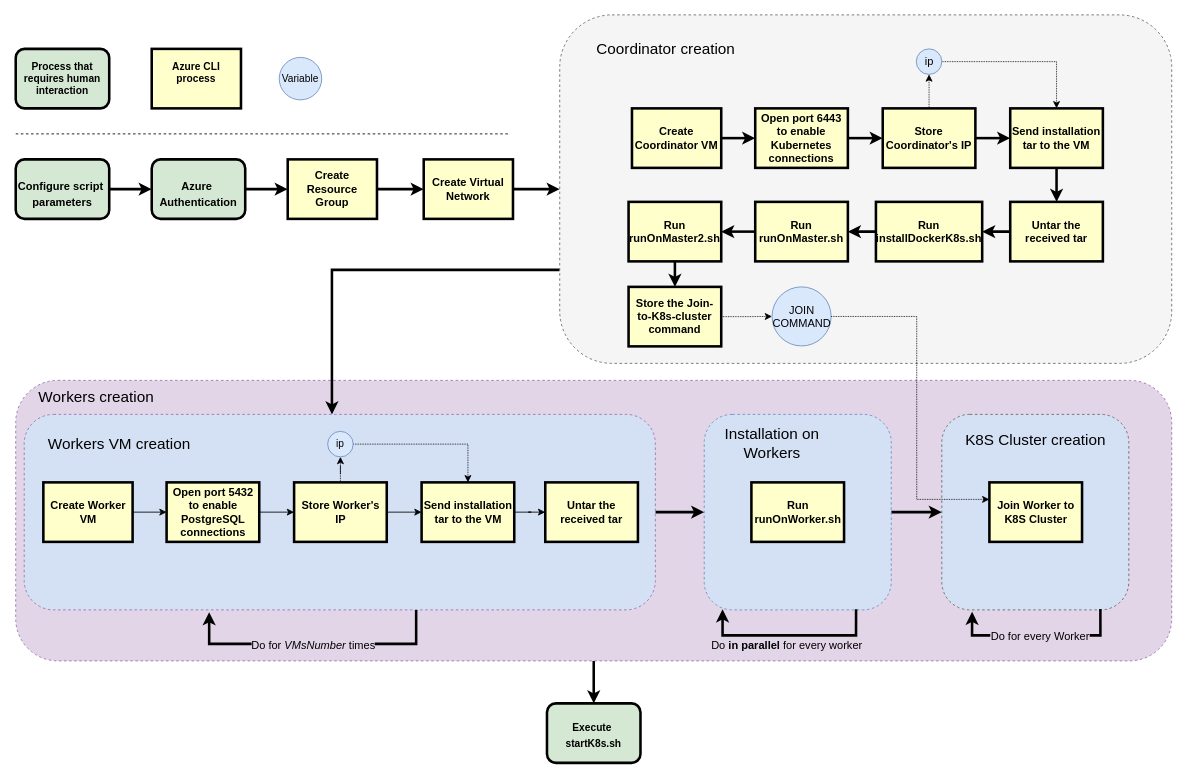
The draw.io diagram diagrams/automaticClusterGeneration.drawio in JimTsesm/MobilityDB-Azure, before the edit. Source tidied: cells renumbered, new cells numbered last; positions are measured from the earlier drawing's top-left corner, leaving out a move shared by most shapes. Both pictures are drawn from the tidied source at 85%, with x=0, y=0 at pixel (15, 14).
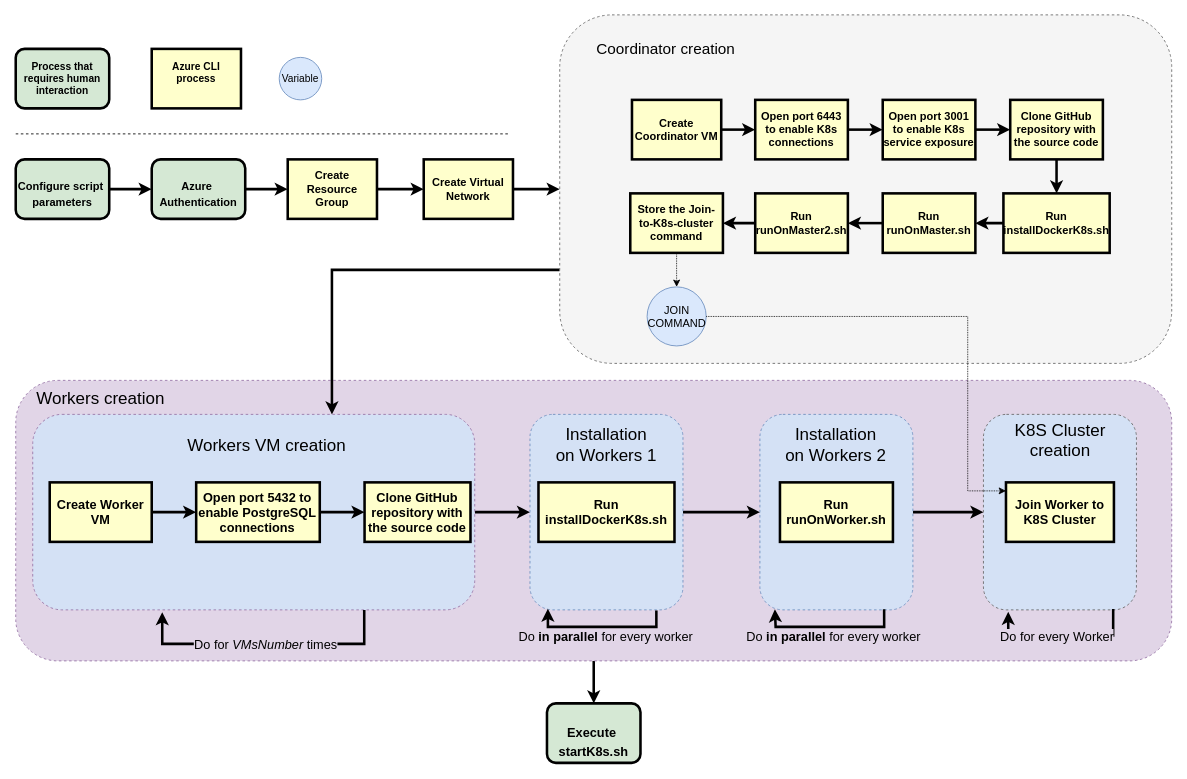
After the change.

Diff of the diagram source:
```diff
@@
     <mxCell id="14" value="Create Coordinator VM" style="whiteSpace=wrap;align=center;verticalAlign=middle;fontStyle=1;strokeWidth=3;fillColor=#FFFFCC;fontSize=13;" parent="1" vertex="1">
-      <mxGeometry x="725" y="110" width="105" height="70" as="geometry" />
+      <mxGeometry x="725" y="100" width="105" height="70" as="geometry" />
     </mxCell>
-    <mxCell id="15" style="edgeStyle=orthogonalEdgeStyle;rounded=0;jettySize=auto;html=1;dashed=1;dashPattern=1 1;" parent="1" edge="1" source="16" target="26">
-      <mxGeometry relative="1" as="geometry" />
-    </mxCell>
-    <mxCell id="16" value="&lt;font style=&quot;font-size: 13px&quot;&gt;ip&lt;/font&gt;" style="ellipse;whiteSpace=wrap;html=1;fillColor=#dae8fc;strokeColor=#6c8ebf;" parent="1" vertex="1">
-      <mxGeometry x="1059.5" y="40" width="30" height="30" as="geometry" />
-    </mxCell>
@@
     <mxCell id="18" value="Run runOnMaster.sh" style="whiteSpace=wrap;align=center;verticalAlign=middle;fontStyle=1;strokeWidth=3;fillColor=#FFFFCC;fontSize=13;" parent="1" vertex="1">
-      <mxGeometry x="870" y="220" width="109" height="70" as="geometry" />
+      <mxGeometry x="1020" y="210" width="109" height="70" as="geometry" />
     </mxCell>
@@
     <mxCell id="20" value="Run runOnMaster2.sh" style="whiteSpace=wrap;align=center;verticalAlign=middle;fontStyle=1;strokeWidth=3;fillColor=#FFFFCC;fontSize=13;" parent="1" vertex="1">
-      <mxGeometry x="721" y="220" width="109" height="70" as="geometry" />
+      <mxGeometry x="870" y="210" width="109" height="70" as="geometry" />
     </mxCell>
@@
     <mxCell id="22" value="Run installDockerK8s.sh" style="whiteSpace=wrap;align=center;verticalAlign=middle;fontStyle=1;strokeWidth=3;fillColor=#FFFFCC;fontSize=13;" parent="1" vertex="1">
-      <mxGeometry x="1012" y="220" width="125" height="70" as="geometry" />
+      <mxGeometry x="1162" y="210" width="125" height="70" as="geometry" />
     </mxCell>
-    <mxCell id="23" style="edgeStyle=orthogonalEdgeStyle;rounded=0;jettySize=auto;html=1;strokeWidth=3;" parent="1" edge="1" source="24" target="22">
-      <mxGeometry relative="1" as="geometry" />
-    </mxCell>
-    <mxCell id="24" value="Untar the received tar" style="whiteSpace=wrap;align=center;verticalAlign=middle;fontStyle=1;strokeWidth=3;fillColor=#FFFFCC;fontSize=13;" parent="1" vertex="1">
-      <mxGeometry x="1170" y="220" width="109" height="70" as="geometry" />
-    </mxCell>
-    <mxCell id="25" style="edgeStyle=orthogonalEdgeStyle;rounded=0;jettySize=auto;html=1;strokeWidth=3;" parent="1" edge="1" source="26" target="24">
-      <mxGeometry relative="1" as="geometry" />
-    </mxCell>
+    <mxCell id="76" style="edgeStyle=orthogonalEdgeStyle;rounded=0;jettySize=auto;html=1;strokeWidth=3;" parent="1" edge="1" source="26" target="22">
+      <mxGeometry relative="1" as="geometry" />
+    </mxCell>
-    <mxCell id="26" value="Send installation tar to the VM" style="whiteSpace=wrap;align=center;verticalAlign=middle;fontStyle=1;strokeWidth=3;fillColor=#FFFFCC;fontSize=13;" parent="1" vertex="1">
-      <mxGeometry x="1170" y="110" width="109" height="70" as="geometry" />
+    <mxCell id="26" value="Clone GitHub repository with the source code" style="whiteSpace=wrap;align=center;verticalAlign=middle;fontStyle=1;strokeWidth=3;fillColor=#FFFFCC;fontSize=13;" parent="1" vertex="1">
+      <mxGeometry x="1170" y="100" width="109" height="70" as="geometry" />
     </mxCell>
@@
-    <mxCell id="28" style="edgeStyle=orthogonalEdgeStyle;rounded=0;jettySize=auto;html=1;dashed=1;dashPattern=1 1;" parent="1" edge="1" source="29" target="16">
-      <mxGeometry relative="1" as="geometry" />
-    </mxCell>
-    <mxCell id="29" value="Store Coordinator's IP" style="whiteSpace=wrap;align=center;verticalAlign=middle;fontStyle=1;strokeWidth=3;fillColor=#FFFFCC;fontSize=13;" parent="1" vertex="1">
-      <mxGeometry x="1020" y="110" width="109" height="70" as="geometry" />
+    <mxCell id="29" value="Open port 3001 to enable K8s service exposure" style="whiteSpace=wrap;align=center;verticalAlign=middle;fontStyle=1;strokeWidth=3;fillColor=#FFFFCC;fontSize=13;" parent="1" vertex="1">
+      <mxGeometry x="1020" y="100" width="109" height="70" as="geometry" />
     </mxCell>
@@
-    <mxCell id="31" value="Open port 6443 to enable Kubernetes connections" style="whiteSpace=wrap;align=center;verticalAlign=middle;fontStyle=1;strokeWidth=3;fillColor=#FFFFCC;fontSize=13;" parent="1" vertex="1">
-      <mxGeometry x="870" y="110" width="109" height="70" as="geometry" />
+    <mxCell id="31" value="Open port 6443 to enable K8s connections" style="whiteSpace=wrap;align=center;verticalAlign=middle;fontStyle=1;strokeWidth=3;fillColor=#FFFFCC;fontSize=13;" parent="1" vertex="1">
+      <mxGeometry x="870" y="100" width="109" height="70" as="geometry" />
     </mxCell>
@@
     <mxCell id="33" value="Store the Join-to-K8s-cluster command" style="whiteSpace=wrap;align=center;verticalAlign=middle;fontStyle=1;strokeWidth=3;fillColor=#FFFFCC;fontSize=13;" parent="1" vertex="1">
-      <mxGeometry x="721" y="320" width="109" height="70" as="geometry" />
+      <mxGeometry x="723" y="210" width="109" height="70" as="geometry" />
     </mxCell>
     <mxCell id="34" value="&lt;font style=&quot;font-size: 13px&quot;&gt;JOIN&lt;br&gt;COMMAND&lt;/font&gt;" style="ellipse;whiteSpace=wrap;html=1;fillColor=#dae8fc;strokeColor=#6c8ebf;" parent="1" vertex="1">
-      <mxGeometry x="889.8" y="320" width="69.5" height="69.5" as="geometry" />
+      <mxGeometry x="742.8" y="320" width="69.5" height="69.5" as="geometry" />
     </mxCell>
-    <mxCell id="35" style="edgeStyle=orthogonalEdgeStyle;rounded=0;jettySize=auto;html=1;strokeWidth=3;" parent="1" edge="1" source="36" target="57">
-      <mxGeometry relative="1" as="geometry" />
-    </mxCell>
+    <mxCell id="77" style="edgeStyle=orthogonalEdgeStyle;rounded=0;jettySize=auto;html=1;fontSize=15;strokeWidth=3;" parent="1" edge="1" source="36" target="80">
+      <mxGeometry relative="1" as="geometry" />
+    </mxCell>
     <mxCell id="36" style="rounded=1;whiteSpace=wrap;html=1;dashed=1;strokeColor=#9673a6;fillColor=#D4E1F5;" parent="1" vertex="1">
-      <mxGeometry x="10" y="470" width="742.5" height="230" as="geometry" />
+      <mxGeometry x="20" y="470" width="520" height="230" as="geometry" />
     </mxCell>
-    <mxCell id="37" value="&lt;font style=&quot;font-size: 18px&quot;&gt;Workers VM creation&lt;/font&gt;" style="text;html=1;strokeColor=none;fillColor=none;align=center;verticalAlign=middle;whiteSpace=wrap;rounded=0;dashed=1;" parent="1" vertex="1">
-      <mxGeometry x="32.5" y="495" width="177.5" height="20" as="geometry" />
+    <mxCell id="37" value="&lt;font style=&quot;font-size: 20px&quot;&gt;Workers VM creation&lt;/font&gt;" style="text;html=1;strokeColor=none;fillColor=none;align=center;verticalAlign=middle;whiteSpace=wrap;rounded=0;dashed=1;" parent="1" vertex="1">
+      <mxGeometry x="200.7" y="495" width="189.3" height="20" as="geometry" />
     </mxCell>
-    <mxCell id="38" style="edgeStyle=orthogonalEdgeStyle;rounded=0;jettySize=auto;html=1;" parent="1" edge="1" source="39" target="52">
+    <mxCell id="38" style="edgeStyle=orthogonalEdgeStyle;rounded=0;jettySize=auto;html=1;strokeWidth=3;" parent="1" edge="1" source="39" target="52">
       <mxGeometry relative="1" as="geometry" />
     </mxCell>
-    <mxCell id="39" value="Create Worker VM" style="whiteSpace=wrap;align=center;verticalAlign=middle;fontStyle=1;strokeWidth=3;fillColor=#FFFFCC;fontSize=13;" parent="1" vertex="1">
-      <mxGeometry x="32.5" y="550" width="105" height="70" as="geometry" />
+    <mxCell id="39" value="Create Worker VM" style="whiteSpace=wrap;align=center;verticalAlign=middle;fontStyle=1;strokeWidth=3;fillColor=#FFFFCC;fontSize=15;" parent="1" vertex="1">
+      <mxGeometry x="40" y="550" width="120" height="70" as="geometry" />
     </mxCell>
-    <mxCell id="40" style="edgeStyle=orthogonalEdgeStyle;rounded=0;jettySize=auto;html=1;dashed=1;dashPattern=1 1;" parent="1" edge="1" source="41" target="47">
-      <mxGeometry relative="1" as="geometry" />
-    </mxCell>
-    <mxCell id="41" value="ip" style="ellipse;whiteSpace=wrap;html=1;fillColor=#dae8fc;strokeColor=#6c8ebf;" parent="1" vertex="1">
-      <mxGeometry x="367" y="490" width="30" height="30" as="geometry" />
-    </mxCell>
@@
-    <mxCell id="45" value="Untar the received tar" style="whiteSpace=wrap;align=center;verticalAlign=middle;fontStyle=1;strokeWidth=3;fillColor=#FFFFCC;fontSize=13;" parent="1" vertex="1">
-      <mxGeometry x="623" y="550" width="109" height="70" as="geometry" />
+    <mxCell id="45" value="Clone GitHub repository with the source code" style="whiteSpace=wrap;align=center;verticalAlign=middle;fontStyle=1;strokeWidth=3;fillColor=#FFFFCC;fontSize=15;" parent="1" vertex="1">
+      <mxGeometry x="410.4" y="550" width="124.6" height="70" as="geometry" />
     </mxCell>
-    <mxCell id="46" style="edgeStyle=orthogonalEdgeStyle;rounded=0;jettySize=auto;html=1;" parent="1" edge="1" source="47" target="45">
-      <mxGeometry relative="1" as="geometry" />
-    </mxCell>
-    <mxCell id="47" value="Send installation tar to the VM" style="whiteSpace=wrap;align=center;verticalAlign=middle;fontStyle=1;strokeWidth=3;fillColor=#FFFFCC;fontSize=13;" parent="1" vertex="1">
-      <mxGeometry x="477.5" y="550" width="109" height="70" as="geometry" />
-    </mxCell>
-    <mxCell id="48" style="edgeStyle=orthogonalEdgeStyle;rounded=0;jettySize=auto;html=1;" parent="1" edge="1" source="50" target="47">
-      <mxGeometry relative="1" as="geometry" />
-    </mxCell>
-    <mxCell id="49" style="edgeStyle=orthogonalEdgeStyle;rounded=0;jettySize=auto;html=1;dashed=1;dashPattern=1 1;" parent="1" edge="1" source="50" target="41">
-      <mxGeometry relative="1" as="geometry" />
-    </mxCell>
-    <mxCell id="50" value="Store Worker's IP" style="whiteSpace=wrap;align=center;verticalAlign=middle;fontStyle=1;strokeWidth=3;fillColor=#FFFFCC;fontSize=13;" parent="1" vertex="1">
-      <mxGeometry x="327.5" y="550" width="109" height="70" as="geometry" />
-    </mxCell>
-    <mxCell id="51" style="edgeStyle=orthogonalEdgeStyle;rounded=0;jettySize=auto;html=1;" parent="1" edge="1" source="52" target="50">
-      <mxGeometry relative="1" as="geometry" />
-    </mxCell>
+    <mxCell id="78" style="edgeStyle=orthogonalEdgeStyle;rounded=0;jettySize=auto;html=1;strokeWidth=3;" parent="1" edge="1" source="52" target="45">
+      <mxGeometry relative="1" as="geometry" />
+    </mxCell>
-    <mxCell id="52" value="Open port 5432 to enable PostgreSQL&#10;connections" style="whiteSpace=wrap;align=center;verticalAlign=middle;fontStyle=1;strokeWidth=3;fillColor=#FFFFCC;fontSize=13;" parent="1" vertex="1">
-      <mxGeometry x="177.5" y="550" width="109" height="70" as="geometry" />
+    <mxCell id="52" value="Open port 5432 to enable PostgreSQL&#10;connections" style="whiteSpace=wrap;align=center;verticalAlign=middle;fontStyle=1;strokeWidth=3;fillColor=#FFFFCC;fontSize=15;" parent="1" vertex="1">
+      <mxGeometry x="212.3" y="550" width="145.4" height="70" as="geometry" />
     </mxCell>
@@
-    <mxCell id="54" style="edgeStyle=orthogonalEdgeStyle;rounded=0;orthogonalLoop=1;jettySize=auto;html=1;entryX=0.293;entryY=1.012;entryDx=0;entryDy=0;entryPerimeter=0;exitX=0.621;exitY=1.001;exitDx=0;exitDy=0;exitPerimeter=0;strokeWidth=3;" parent="1" edge="1" source="36" target="36">
+    <mxCell id="54" style="edgeStyle=orthogonalEdgeStyle;rounded=0;orthogonalLoop=1;jettySize=auto;html=1;entryX=0.293;entryY=1.012;entryDx=0;entryDy=0;entryPerimeter=0;exitX=0.75;exitY=1;exitDx=0;exitDy=0;strokeWidth=3;" parent="1" edge="1" source="36" target="36">
       <mxGeometry relative="1" as="geometry">
         <Array as="points">
-          <mxPoint x="465" y="740" />
-          <mxPoint x="215" y="740" />
+          <mxPoint x="348" y="740" />
+          <mxPoint x="142" y="740" />
         </Array>
       </mxGeometry>
     </mxCell>
-    <mxCell id="55" value="&lt;font style=&quot;font-size: 13px;&quot;&gt;Do for &lt;i&gt;VMsNumber&lt;/i&gt; times&lt;/font&gt;" style="edgeLabel;html=1;align=center;verticalAlign=middle;labelBackgroundColor=#E1D5E7;" parent="54" vertex="1">
+    <mxCell id="55" value="&lt;font style=&quot;font-size: 15px&quot;&gt;Do for &lt;i&gt;VMsNumber&lt;/i&gt; times&lt;/font&gt;" style="edgeLabel;html=1;align=center;verticalAlign=middle;labelBackgroundColor=#E1D5E7;" parent="54" vertex="1">
       <mxGeometry x="-0.42" y="1" relative="1" as="geometry">
-        <mxPoint x="-68.5" y="-1" as="offset" />
+        <mxPoint x="-66" y="-1" as="offset" />
       </mxGeometry>
     </mxCell>
@@
     <mxCell id="57" style="rounded=1;whiteSpace=wrap;html=1;dashed=1;strokeColor=#6c8ebf;fillColor=#D4E1F5;" parent="1" vertex="1">
-      <mxGeometry x="810" y="470" width="220" height="230" as="geometry" />
+      <mxGeometry x="875.5" y="470" width="180" height="230" as="geometry" />
     </mxCell>
-    <mxCell id="58" value="&lt;font style=&quot;font-size: 18px&quot;&gt;Installation on Workers&lt;/font&gt;" style="text;html=1;strokeColor=none;fillColor=none;align=center;verticalAlign=middle;whiteSpace=wrap;rounded=0;dashed=1;" parent="1" vertex="1">
-      <mxGeometry x="804.5" y="495" width="170" height="20" as="geometry" />
+    <mxCell id="58" value="&lt;font style=&quot;font-size: 20px&quot;&gt;Installation &lt;br&gt;on Workers 2&lt;/font&gt;" style="text;html=1;strokeColor=none;fillColor=none;align=center;verticalAlign=middle;whiteSpace=wrap;rounded=0;dashed=1;" parent="1" vertex="1">
+      <mxGeometry x="860" y="495" width="210" height="20" as="geometry" />
     </mxCell>
-    <mxCell id="59" value="Run runOnWorker.sh" style="whiteSpace=wrap;align=center;verticalAlign=middle;fontStyle=1;strokeWidth=3;fillColor=#FFFFCC;fontSize=13;" parent="1" vertex="1">
-      <mxGeometry x="865.5" y="550" width="109" height="70" as="geometry" />
+    <mxCell id="59" value="Run runOnWorker.sh" style="whiteSpace=wrap;align=center;verticalAlign=middle;fontStyle=1;strokeWidth=3;fillColor=#FFFFCC;fontSize=15;" parent="1" vertex="1">
+      <mxGeometry x="899.1" y="550" width="132.9" height="70" as="geometry" />
     </mxCell>
     <mxCell id="60" style="edgeStyle=orthogonalEdgeStyle;rounded=0;orthogonalLoop=1;jettySize=auto;html=1;entryX=0.098;entryY=0.997;entryDx=0;entryDy=0;exitX=0.812;exitY=0.997;exitDx=0;exitDy=0;entryPerimeter=0;exitPerimeter=0;strokeWidth=3;" parent="1" edge="1" source="57" target="57">
       <mxGeometry relative="1" as="geometry">
         <Array as="points">
-          <mxPoint x="989" y="730" />
-          <mxPoint x="832" y="730" />
+          <mxPoint x="894" y="720" />
+          <mxPoint x="737" y="720" />
         </Array>
       </mxGeometry>
     </mxCell>
-    <mxCell id="61" value="&lt;font style=&quot;font-size: 13px;&quot;&gt;Do &lt;b&gt;in parallel&lt;/b&gt; for every worker&lt;/font&gt;" style="edgeLabel;html=1;align=center;verticalAlign=middle;labelBackgroundColor=#E1D5E7;" parent="60" vertex="1">
+    <mxCell id="61" value="&lt;font style=&quot;font-size: 15px&quot;&gt;Do &lt;b&gt;in parallel&lt;/b&gt; for every worker&lt;/font&gt;" style="edgeLabel;html=1;align=center;verticalAlign=middle;labelBackgroundColor=#E1D5E7;" parent="60" vertex="1">
       <mxGeometry x="0.31" y="-4" relative="1" as="geometry">
         <mxPoint x="30.5" y="14" as="offset" />
       </mxGeometry>
     </mxCell>
     <mxCell id="62" style="rounded=1;whiteSpace=wrap;html=1;dashed=1;strokeColor=#666666;fontColor=#333333;fillColor=#D4E1F5;" parent="1" vertex="1">
-      <mxGeometry x="1089.5" y="470" width="220" height="230" as="geometry" />
+      <mxGeometry x="1138.5" y="470" width="180" height="230" as="geometry" />
     </mxCell>
-    <mxCell id="63" value="&lt;font style=&quot;font-size: 18px&quot;&gt;K8S Cluster creation&lt;/font&gt;" style="text;html=1;strokeColor=none;fillColor=none;align=center;verticalAlign=middle;whiteSpace=wrap;rounded=0;dashed=1;" parent="1" vertex="1">
-      <mxGeometry x="1100" y="490" width="200" height="20" as="geometry" />
+    <mxCell id="63" value="&lt;font style=&quot;font-size: 20px&quot;&gt;K8S Cluster &lt;br&gt;creation&lt;/font&gt;" style="text;html=1;strokeColor=none;fillColor=none;align=center;verticalAlign=middle;whiteSpace=wrap;rounded=0;dashed=1;" parent="1" vertex="1">
+      <mxGeometry x="1129" y="490" width="200" height="20" as="geometry" />
     </mxCell>
-    <mxCell id="64" value="Join Worker to K8S Cluster" style="whiteSpace=wrap;align=center;verticalAlign=middle;fontStyle=1;strokeWidth=3;fillColor=#FFFFCC;fontSize=13;" parent="1" vertex="1">
-      <mxGeometry x="1145.5" y="550" width="109" height="70" as="geometry" />
+    <mxCell id="64" value="Join Worker to K8S Cluster" style="whiteSpace=wrap;align=center;verticalAlign=middle;fontStyle=1;strokeWidth=3;fillColor=#FFFFCC;fontSize=15;" parent="1" vertex="1">
+      <mxGeometry x="1165" y="550" width="127" height="70" as="geometry" />
     </mxCell>
     <mxCell id="65" style="edgeStyle=orthogonalEdgeStyle;rounded=0;jettySize=auto;html=1;dashed=1;dashPattern=1 1;" parent="1" edge="1" source="34" target="64">
       <mxGeometry relative="1" as="geometry">
         <Array as="points">
-          <mxPoint x="1060" y="355" />
-          <mxPoint x="1060" y="570" />
+          <mxPoint x="1120" y="355" />
+          <mxPoint x="1120" y="560" />
         </Array>
       </mxGeometry>
     </mxCell>
     <mxCell id="66" style="edgeStyle=orthogonalEdgeStyle;rounded=0;orthogonalLoop=1;jettySize=auto;html=1;entryX=0.162;entryY=1.01;entryDx=0;entryDy=0;entryPerimeter=0;exitX=0.848;exitY=0.995;exitDx=0;exitDy=0;exitPerimeter=0;strokeWidth=3;" parent="1" edge="1" source="62" target="62">
       <mxGeometry relative="1" as="geometry">
         <Array as="points">
-          <mxPoint x="1276" y="730" />
-          <mxPoint x="1125" y="730" />
+          <mxPoint x="1254" y="730" />
+          <mxPoint x="1103" y="730" />
         </Array>
       </mxGeometry>
     </mxCell>
-    <mxCell id="67" value="&lt;font style=&quot;font-size: 13px;&quot;&gt;Do for every Worker&lt;/font&gt;" style="edgeLabel;html=1;align=center;verticalAlign=middle;labelBackgroundColor=#E1D5E7;" parent="66" vertex="1">
+    <mxCell id="67" value="&lt;font style=&quot;font-size: 15px&quot;&gt;Do for every Worker&lt;/font&gt;" style="edgeLabel;html=1;align=center;verticalAlign=middle;labelBackgroundColor=#E1D5E7;" parent="66" vertex="1">
       <mxGeometry x="-0.34" y="2" relative="1" as="geometry">
-        <mxPoint x="-33.8" y="-2" as="offset" />
+        <mxPoint x="-38" y="-2" as="offset" />
       </mxGeometry>
     </mxCell>
-    <mxCell id="68" value="&lt;font style=&quot;font-size: 18px&quot;&gt;Workers creation&lt;/font&gt;" style="text;html=1;strokeColor=none;fillColor=none;align=center;verticalAlign=middle;whiteSpace=wrap;rounded=0;dashed=1;" parent="1" vertex="1">
-      <mxGeometry x="20" y="440" width="150" height="20" as="geometry" />
+    <mxCell id="68" value="&lt;font style=&quot;font-size: 20px&quot;&gt;Workers creation&lt;/font&gt;" style="text;html=1;strokeColor=none;fillColor=none;align=center;verticalAlign=middle;whiteSpace=wrap;rounded=0;dashed=1;" parent="1" vertex="1">
+      <mxGeometry x="20" y="440" width="160" height="20" as="geometry" />
     </mxCell>
@@
-    <mxCell id="71" value="&lt;p style=&quot;margin: 4px 0px 0px ; text-align: center&quot;&gt;&lt;br&gt;&lt;/p&gt;&lt;p style=&quot;margin: 4px 0px 0px ; text-align: center&quot;&gt;Execute&amp;nbsp;&lt;/p&gt;&lt;p style=&quot;margin: 4px 0px 0px ; text-align: center&quot;&gt;startK8s.sh&lt;/p&gt;" style="verticalAlign=middle;align=center;overflow=fill;fontSize=12;fontFamily=Helvetica;html=1;rounded=1;fontStyle=1;strokeWidth=3;fillColor=#D5E8D4;" parent="1" vertex="1">
+    <mxCell id="71" value="&lt;p style=&quot;margin: 4px 0px 0px ; text-align: center ; font-size: 15px&quot;&gt;&lt;span&gt;&lt;br&gt;&lt;/span&gt;&lt;/p&gt;&lt;p style=&quot;margin: 4px 0px 0px ; text-align: center ; font-size: 15px&quot;&gt;&lt;span&gt;Execute&amp;nbsp;&lt;/span&gt;&lt;br&gt;&lt;/p&gt;&lt;p style=&quot;margin: 4px 0px 0px ; text-align: center ; font-size: 15px&quot;&gt;&lt;font style=&quot;font-size: 15px&quot;&gt;startK8s.sh&lt;/font&gt;&lt;/p&gt;" style="verticalAlign=middle;align=center;overflow=fill;fontSize=12;fontFamily=Helvetica;html=1;rounded=1;fontStyle=1;strokeWidth=3;fillColor=#D5E8D4;" parent="1" vertex="1">
       <mxGeometry x="625" y="810" width="110" height="70" as="geometry" />
     </mxCell>
@@
+    <mxCell id="79" style="edgeStyle=orthogonalEdgeStyle;rounded=0;jettySize=auto;html=1;fontSize=15;strokeWidth=3;" parent="1" edge="1" source="80" target="57">
+      <mxGeometry relative="1" as="geometry" />
+    </mxCell>
+    <mxCell id="80" style="rounded=1;whiteSpace=wrap;html=1;dashed=1;strokeColor=#6c8ebf;fillColor=#D4E1F5;" parent="1" vertex="1">
+      <mxGeometry x="605" y="470" width="180" height="230" as="geometry" />
+    </mxCell>
+    <mxCell id="81" value="Run installDockerK8s.sh" style="whiteSpace=wrap;align=center;verticalAlign=middle;fontStyle=1;strokeWidth=3;fillColor=#FFFFCC;fontSize=15;" parent="1" vertex="1">
+      <mxGeometry x="615" y="550" width="160" height="70" as="geometry" />
+    </mxCell>
+    <mxCell id="82" value="&lt;font style=&quot;font-size: 20px&quot;&gt;Installation &lt;br&gt;on Workers 1&lt;/font&gt;" style="text;html=1;strokeColor=none;fillColor=none;align=center;verticalAlign=middle;whiteSpace=wrap;rounded=0;dashed=1;" parent="1" vertex="1">
+      <mxGeometry x="590" y="495" width="210" height="20" as="geometry" />
+    </mxCell>
+    <mxCell id="83" style="edgeStyle=orthogonalEdgeStyle;rounded=0;orthogonalLoop=1;jettySize=auto;html=1;entryX=0.117;entryY=0.994;entryDx=0;entryDy=0;exitX=0.826;exitY=1.003;exitDx=0;exitDy=0;entryPerimeter=0;exitPerimeter=0;strokeWidth=3;" parent="1" edge="1" source="80" target="80">
+      <mxGeometry relative="1" as="geometry">
+        <Array as="points">
+          <mxPoint x="754" y="720" />
+          <mxPoint x="626" y="720" />
+        </Array>
+      </mxGeometry>
+    </mxCell>
+    <mxCell id="84" value="&lt;font style=&quot;font-size: 15px&quot;&gt;Do &lt;b&gt;in parallel&lt;/b&gt; for every worker&lt;/font&gt;" style="edgeLabel;html=1;align=center;verticalAlign=middle;labelBackgroundColor=#E1D5E7;" parent="83" vertex="1">
+      <mxGeometry x="0.31" y="-4" relative="1" as="geometry">
+        <mxPoint x="30.5" y="14" as="offset" />
+      </mxGeometry>
+    </mxCell>
```
